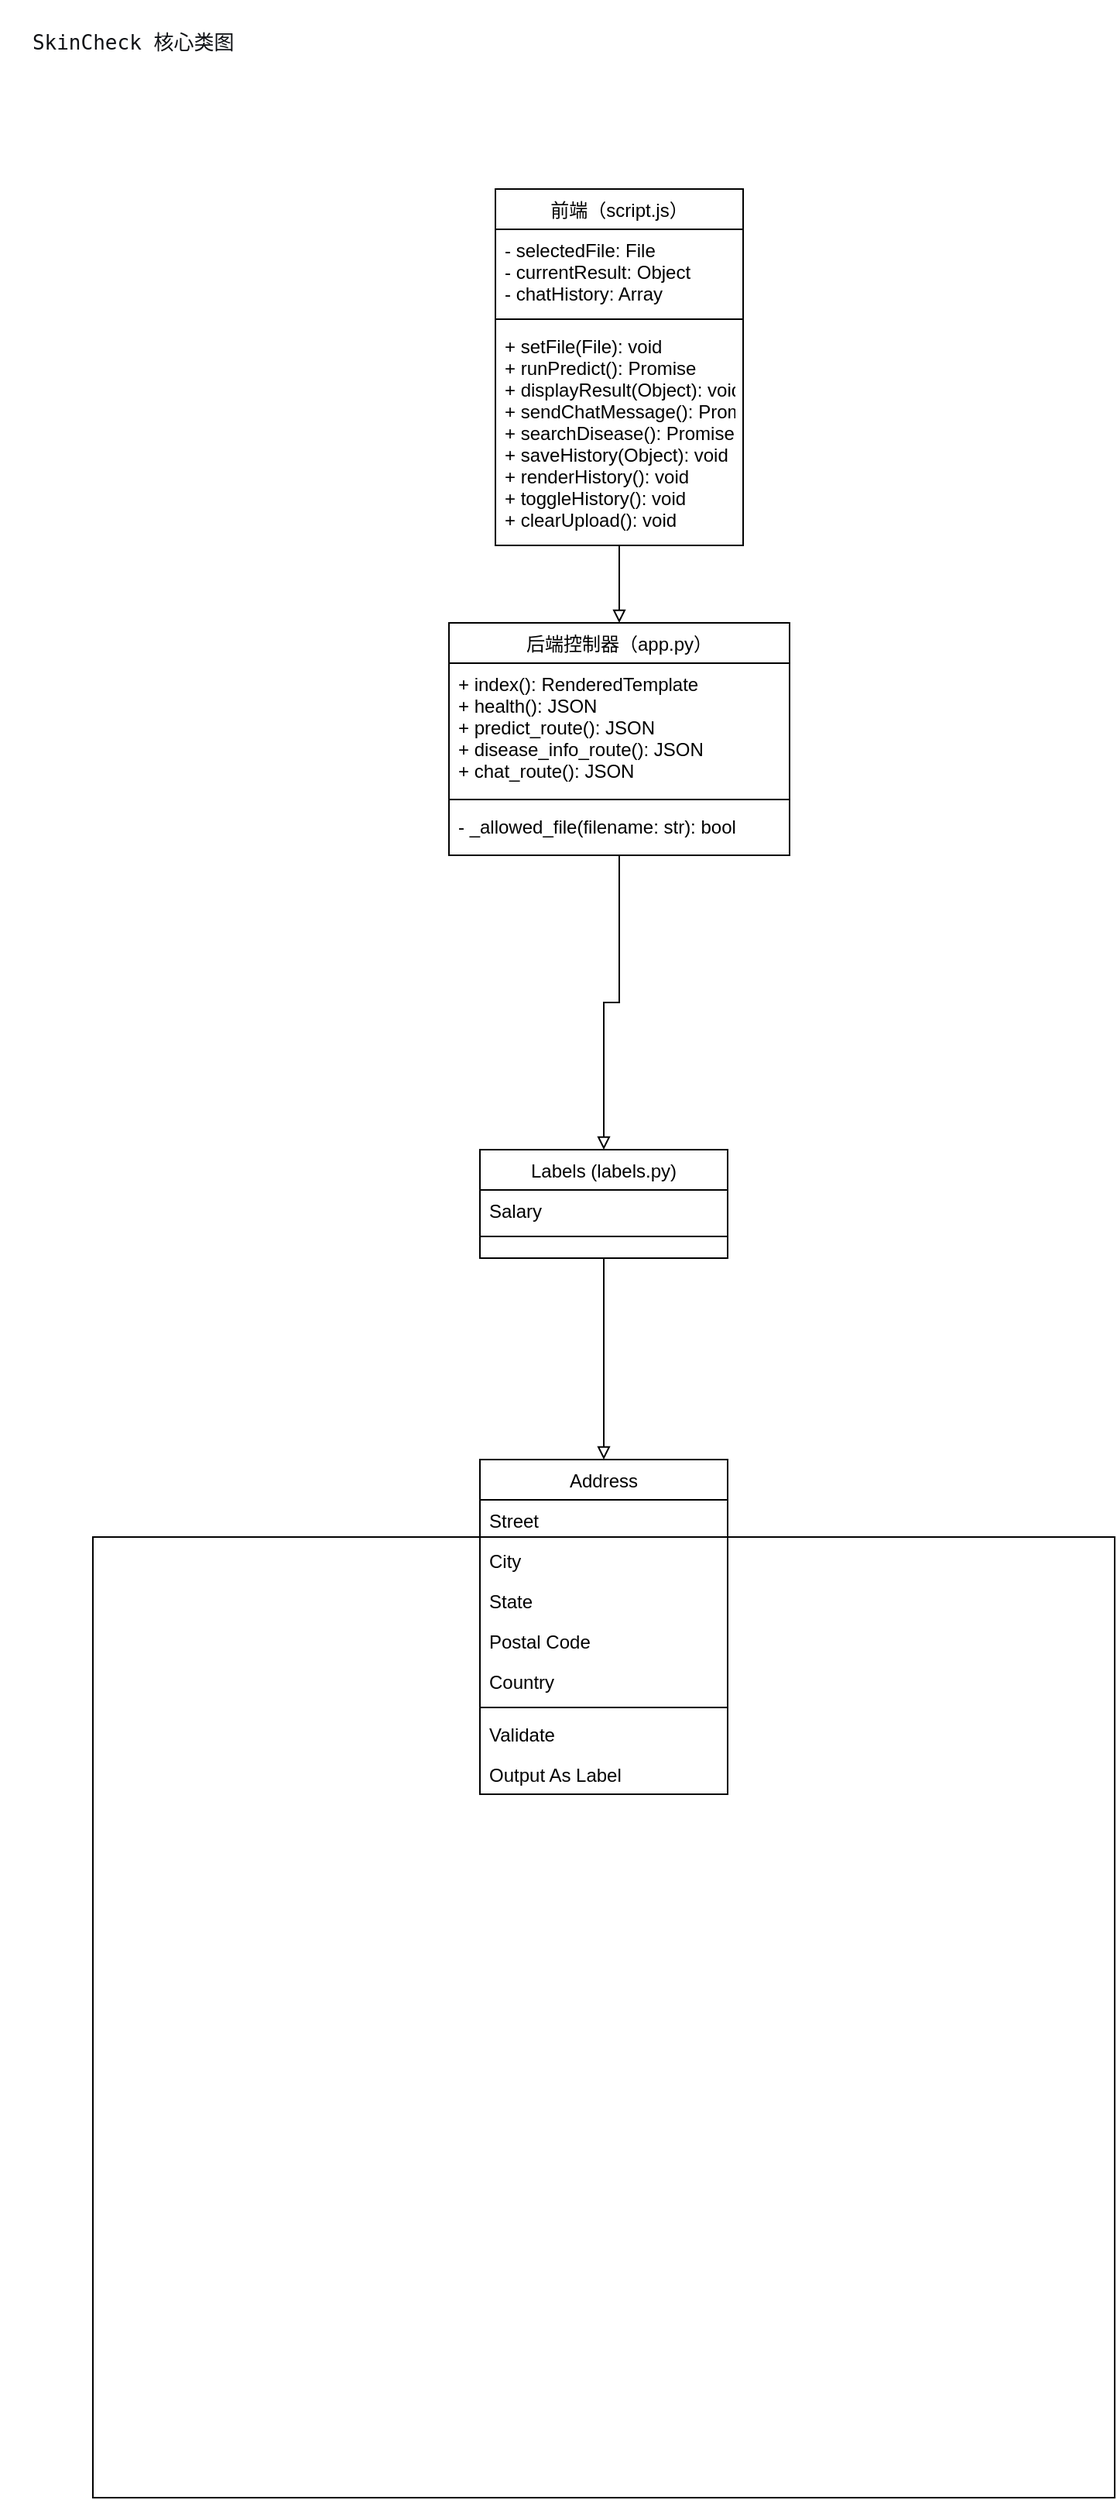
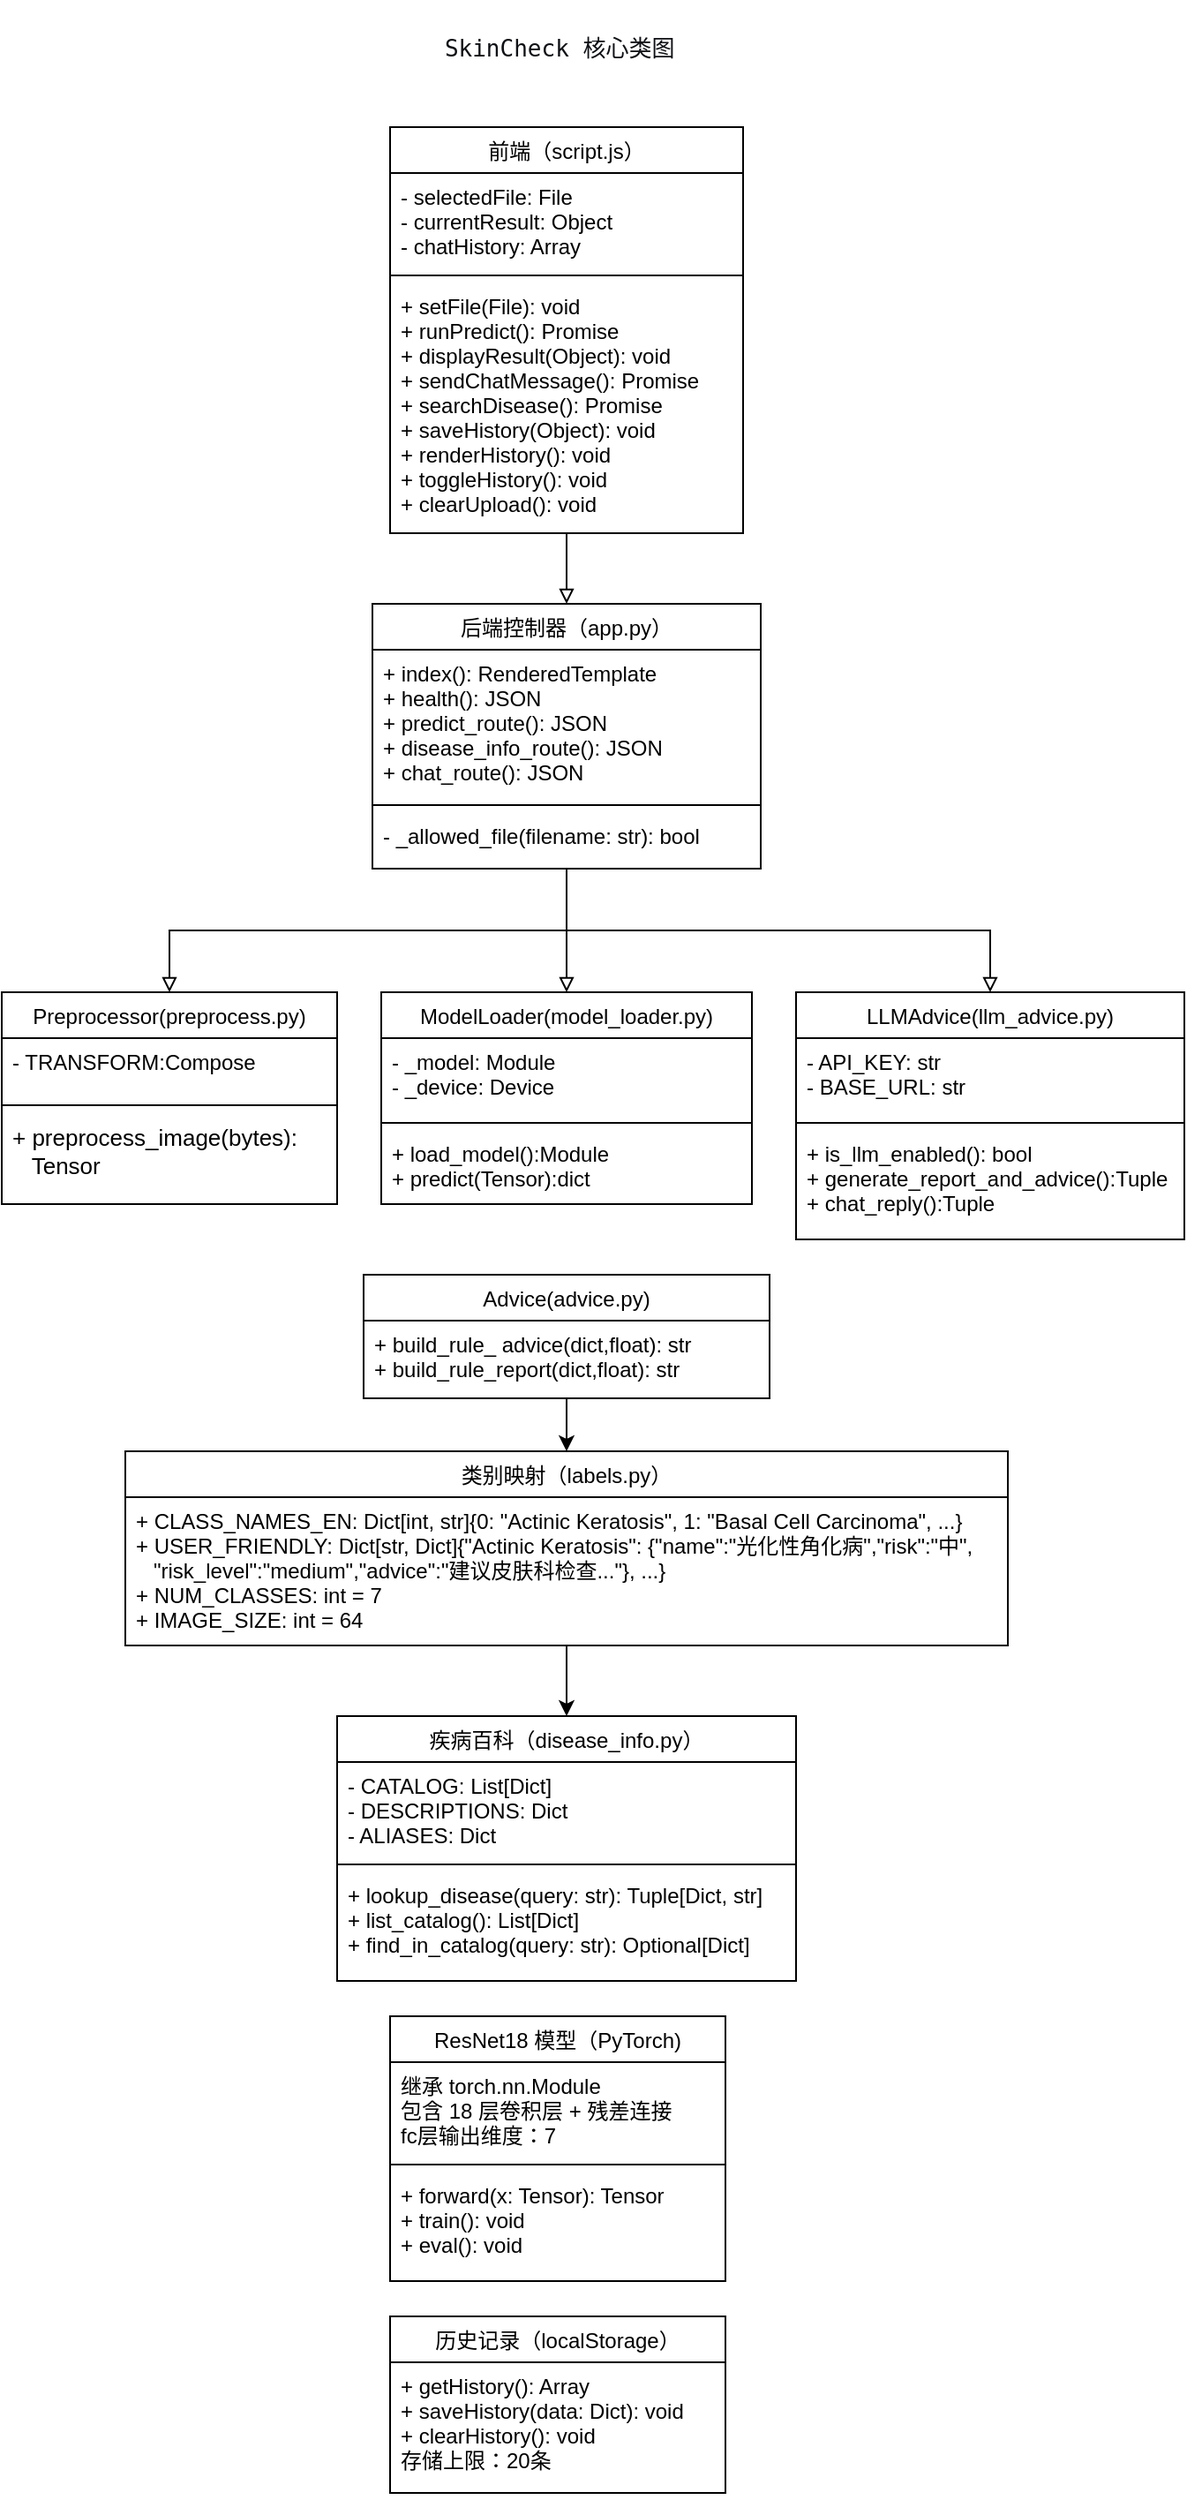
<mxfile host="app.diagrams.net">
  <diagram id="C5RBs43oDa-KdzZeNtuy" name="Page-1">
    <mxGraphModel dx="986" dy="1869" grid="1" gridSize="10" guides="1" tooltips="1" connect="1" arrows="1" fold="1" page="1" pageScale="1" pageWidth="827" pageHeight="1169" math="0" shadow="0">
      <root>
        <mxCell id="WIyWlLk6GJQsqaUBKTNV-0" />
        <mxCell id="WIyWlLk6GJQsqaUBKTNV-1" parent="WIyWlLk6GJQsqaUBKTNV-0" />
-         <mxCell id="N7wxkTFcrLl-ZfhX1T1g-0" parent="WIyWlLk6GJQsqaUBKTNV-1" style="rounded=0;whiteSpace=wrap;html=1;" value="" vertex="1">
-           <mxGeometry height="620" width="660" x="90" y="990" as="geometry" />
-         </mxCell>
        <mxCell id="zkfFHV4jXpPFQw0GAbJ--0" parent="WIyWlLk6GJQsqaUBKTNV-1" style="swimlane;fontStyle=0;align=center;verticalAlign=top;childLayout=stackLayout;horizontal=1;startSize=26;horizontalStack=0;resizeParent=1;resizeLast=0;collapsible=1;marginBottom=0;rounded=0;shadow=0;strokeWidth=1;" value="前端（script.js）" vertex="1">
-           <mxGeometry height="230" width="160" x="350" y="120" as="geometry">
+           <mxGeometry height="230" width="200" x="330" y="-1030" as="geometry">
            <mxRectangle height="26" width="160" x="230" y="140" as="alternateBounds" />
          </mxGeometry>
        </mxCell>
        <mxCell id="zkfFHV4jXpPFQw0GAbJ--1" parent="zkfFHV4jXpPFQw0GAbJ--0" style="text;align=left;verticalAlign=top;spacingLeft=4;spacingRight=4;overflow=hidden;rotatable=0;points=[[0,0.5],[1,0.5]];portConstraint=eastwest;" value=" - selectedFile: File&#xa;- currentResult: Object&#xa;- chatHistory: Array " vertex="1">
-           <mxGeometry height="54" width="160" y="26" as="geometry" />
+           <mxGeometry height="54" width="200" y="26" as="geometry" />
        </mxCell>
        <mxCell id="zkfFHV4jXpPFQw0GAbJ--4" parent="zkfFHV4jXpPFQw0GAbJ--0" style="line;html=1;strokeWidth=1;align=left;verticalAlign=middle;spacingTop=-1;spacingLeft=3;spacingRight=3;rotatable=0;labelPosition=right;points=[];portConstraint=eastwest;" value="" vertex="1">
-           <mxGeometry height="8" width="160" y="80" as="geometry" />
+           <mxGeometry height="8" width="200" y="80" as="geometry" />
        </mxCell>
        <mxCell id="zkfFHV4jXpPFQw0GAbJ--5" parent="zkfFHV4jXpPFQw0GAbJ--0" style="text;align=left;verticalAlign=top;spacingLeft=4;spacingRight=4;overflow=hidden;rotatable=0;points=[[0,0.5],[1,0.5]];portConstraint=eastwest;" value="+ setFile(File): void&#xa;+ runPredict(): Promise&#xa;+ displayResult(Object): void&#xa;+ sendChatMessage(): Promise&#xa;+ searchDisease(): Promise&#xa;+ saveHistory(Object): void &#xa;+ renderHistory(): void&#xa;+ toggleHistory(): void&#xa;+ clearUpload(): void" vertex="1">
-           <mxGeometry height="142" width="160" y="88" as="geometry" />
+           <mxGeometry height="142" width="200" y="88" as="geometry" />
        </mxCell>
-         <mxCell id="N7wxkTFcrLl-ZfhX1T1g-4" edge="1" parent="WIyWlLk6GJQsqaUBKTNV-1" source="zkfFHV4jXpPFQw0GAbJ--6" style="edgeStyle=orthogonalEdgeStyle;rounded=0;orthogonalLoop=1;jettySize=auto;html=1;entryX=0.5;entryY=0;entryDx=0;entryDy=0;endArrow=block;endFill=0;" target="zkfFHV4jXpPFQw0GAbJ--13" value="">
-           <mxGeometry relative="1" as="geometry" />
+         <mxCell id="N7wxkTFcrLl-ZfhX1T1g-4" edge="1" parent="WIyWlLk6GJQsqaUBKTNV-1" source="zkfFHV4jXpPFQw0GAbJ--6" style="edgeStyle=orthogonalEdgeStyle;rounded=0;orthogonalLoop=1;jettySize=auto;html=1;entryX=0.5;entryY=0;entryDx=0;entryDy=0;endArrow=block;endFill=0;" target="N7wxkTFcrLl-ZfhX1T1g-31" value="">
+           <mxGeometry relative="1" as="geometry">
+             <mxPoint x="420" y="-410" as="targetPoint" />
+           </mxGeometry>
        </mxCell>
        <mxCell id="zkfFHV4jXpPFQw0GAbJ--6" parent="WIyWlLk6GJQsqaUBKTNV-1" style="swimlane;fontStyle=0;align=center;verticalAlign=top;childLayout=stackLayout;horizontal=1;startSize=26;horizontalStack=0;resizeParent=1;resizeLast=0;collapsible=1;marginBottom=0;rounded=0;shadow=0;strokeWidth=1;" value="后端控制器（app.py）" vertex="1">
-           <mxGeometry height="150" width="220" x="320" y="400" as="geometry">
+           <mxGeometry height="150" width="220" x="320" y="-760" as="geometry">
            <mxRectangle height="26" width="160" x="130" y="380" as="alternateBounds" />
          </mxGeometry>
        </mxCell>
        <mxCell id="zkfFHV4jXpPFQw0GAbJ--7" parent="zkfFHV4jXpPFQw0GAbJ--6" style="text;align=left;verticalAlign=top;spacingLeft=4;spacingRight=4;overflow=hidden;rotatable=0;points=[[0,0.5],[1,0.5]];portConstraint=eastwest;" value="+ index(): RenderedTemplate &#xa;+ health(): JSON&#xa;+ predict_route(): JSON &#xa;+ disease_info_route(): JSON&#xa;+ chat_route(): JSON" vertex="1">
          <mxGeometry height="84" width="220" y="26" as="geometry" />
        </mxCell>
        <mxCell id="zkfFHV4jXpPFQw0GAbJ--9" parent="zkfFHV4jXpPFQw0GAbJ--6" style="line;html=1;strokeWidth=1;align=left;verticalAlign=middle;spacingTop=-1;spacingLeft=3;spacingRight=3;rotatable=0;labelPosition=right;points=[];portConstraint=eastwest;" value="" vertex="1">
          <mxGeometry height="8" width="220" y="110" as="geometry" />
        </mxCell>
        <mxCell id="zkfFHV4jXpPFQw0GAbJ--10" parent="zkfFHV4jXpPFQw0GAbJ--6" style="text;align=left;verticalAlign=top;spacingLeft=4;spacingRight=4;overflow=hidden;rotatable=0;points=[[0,0.5],[1,0.5]];portConstraint=eastwest;fontStyle=0" value="- _allowed_file(filename: str): bool" vertex="1">
          <mxGeometry height="32" width="220" y="118" as="geometry" />
        </mxCell>
        <mxCell id="zkfFHV4jXpPFQw0GAbJ--12" edge="1" parent="WIyWlLk6GJQsqaUBKTNV-1" source="zkfFHV4jXpPFQw0GAbJ--6" style="endArrow=none;endSize=10;endFill=0;shadow=0;strokeWidth=1;rounded=0;curved=0;edgeStyle=elbowEdgeStyle;elbow=vertical;startArrow=block;startFill=0;" target="zkfFHV4jXpPFQw0GAbJ--0" value="">
          <mxGeometry relative="1" width="160" as="geometry">
-             <mxPoint x="200" y="203" as="sourcePoint" />
-             <mxPoint x="200" y="203" as="targetPoint" />
+             <mxPoint x="200" y="-947" as="sourcePoint" />
+             <mxPoint x="200" y="-947" as="targetPoint" />
          </mxGeometry>
        </mxCell>
-         <mxCell id="N7wxkTFcrLl-ZfhX1T1g-6" edge="1" parent="WIyWlLk6GJQsqaUBKTNV-1" source="zkfFHV4jXpPFQw0GAbJ--13" style="edgeStyle=orthogonalEdgeStyle;rounded=0;orthogonalLoop=1;jettySize=auto;html=1;entryX=0.5;entryY=0;entryDx=0;entryDy=0;endArrow=block;endFill=0;" target="zkfFHV4jXpPFQw0GAbJ--17" value="">
+         <mxCell id="N7wxkTFcrLl-ZfhX1T1g-80" edge="1" parent="WIyWlLk6GJQsqaUBKTNV-1" source="zkfFHV4jXpPFQw0GAbJ--17" style="edgeStyle=orthogonalEdgeStyle;rounded=0;orthogonalLoop=1;jettySize=auto;html=1;fontFamily=Helvetica;fontSize=12;fontColor=default;labelBackgroundColor=default;entryX=0.5;entryY=0;entryDx=0;entryDy=0;" target="N7wxkTFcrLl-ZfhX1T1g-50" value="">
          <mxGeometry relative="1" as="geometry" />
        </mxCell>
-         <mxCell id="zkfFHV4jXpPFQw0GAbJ--13" parent="WIyWlLk6GJQsqaUBKTNV-1" style="swimlane;fontStyle=0;align=center;verticalAlign=top;childLayout=stackLayout;horizontal=1;startSize=26;horizontalStack=0;resizeParent=1;resizeLast=0;collapsible=1;marginBottom=0;rounded=0;shadow=0;strokeWidth=1;" value="Labels (labels.py)" vertex="1">
-           <mxGeometry height="70" width="160" x="340" y="740" as="geometry">
-             <mxRectangle height="26" width="170" x="340" y="380" as="alternateBounds" />
-           </mxGeometry>
-         </mxCell>
-         <mxCell id="zkfFHV4jXpPFQw0GAbJ--14" parent="zkfFHV4jXpPFQw0GAbJ--13" style="text;align=left;verticalAlign=top;spacingLeft=4;spacingRight=4;overflow=hidden;rotatable=0;points=[[0,0.5],[1,0.5]];portConstraint=eastwest;" value="Salary" vertex="1">
-           <mxGeometry height="26" width="160" y="26" as="geometry" />
-         </mxCell>
-         <mxCell id="zkfFHV4jXpPFQw0GAbJ--15" parent="zkfFHV4jXpPFQw0GAbJ--13" style="line;html=1;strokeWidth=1;align=left;verticalAlign=middle;spacingTop=-1;spacingLeft=3;spacingRight=3;rotatable=0;labelPosition=right;points=[];portConstraint=eastwest;" value="" vertex="1">
-           <mxGeometry height="8" width="160" y="52" as="geometry" />
-         </mxCell>
-         <mxCell id="zkfFHV4jXpPFQw0GAbJ--17" parent="WIyWlLk6GJQsqaUBKTNV-1" style="swimlane;fontStyle=0;align=center;verticalAlign=top;childLayout=stackLayout;horizontal=1;startSize=26;horizontalStack=0;resizeParent=1;resizeLast=0;collapsible=1;marginBottom=0;rounded=0;shadow=0;strokeWidth=1;" value="Address" vertex="1">
-           <mxGeometry height="216" width="160" x="340" y="940" as="geometry">
+         <mxCell id="zkfFHV4jXpPFQw0GAbJ--17" parent="WIyWlLk6GJQsqaUBKTNV-1" style="swimlane;fontStyle=0;align=center;verticalAlign=top;childLayout=stackLayout;horizontal=1;startSize=26;horizontalStack=0;resizeParent=1;resizeLast=0;collapsible=1;marginBottom=0;rounded=0;shadow=0;strokeWidth=1;" value="Advice(advice.py)" vertex="1">
+           <mxGeometry height="70" width="230" x="315" y="-380" as="geometry">
            <mxRectangle height="26" width="160" x="550" y="140" as="alternateBounds" />
          </mxGeometry>
        </mxCell>
-         <mxCell id="zkfFHV4jXpPFQw0GAbJ--18" parent="zkfFHV4jXpPFQw0GAbJ--17" style="text;align=left;verticalAlign=top;spacingLeft=4;spacingRight=4;overflow=hidden;rotatable=0;points=[[0,0.5],[1,0.5]];portConstraint=eastwest;" value="Street" vertex="1">
-           <mxGeometry height="26" width="160" y="26" as="geometry" />
-         </mxCell>
-         <mxCell id="zkfFHV4jXpPFQw0GAbJ--19" parent="zkfFHV4jXpPFQw0GAbJ--17" style="text;align=left;verticalAlign=top;spacingLeft=4;spacingRight=4;overflow=hidden;rotatable=0;points=[[0,0.5],[1,0.5]];portConstraint=eastwest;rounded=0;shadow=0;html=0;" value="City" vertex="1">
-           <mxGeometry height="26" width="160" y="52" as="geometry" />
-         </mxCell>
-         <mxCell id="zkfFHV4jXpPFQw0GAbJ--20" parent="zkfFHV4jXpPFQw0GAbJ--17" style="text;align=left;verticalAlign=top;spacingLeft=4;spacingRight=4;overflow=hidden;rotatable=0;points=[[0,0.5],[1,0.5]];portConstraint=eastwest;rounded=0;shadow=0;html=0;" value="State" vertex="1">
-           <mxGeometry height="26" width="160" y="78" as="geometry" />
-         </mxCell>
-         <mxCell id="zkfFHV4jXpPFQw0GAbJ--21" parent="zkfFHV4jXpPFQw0GAbJ--17" style="text;align=left;verticalAlign=top;spacingLeft=4;spacingRight=4;overflow=hidden;rotatable=0;points=[[0,0.5],[1,0.5]];portConstraint=eastwest;rounded=0;shadow=0;html=0;" value="Postal Code" vertex="1">
-           <mxGeometry height="26" width="160" y="104" as="geometry" />
-         </mxCell>
-         <mxCell id="zkfFHV4jXpPFQw0GAbJ--22" parent="zkfFHV4jXpPFQw0GAbJ--17" style="text;align=left;verticalAlign=top;spacingLeft=4;spacingRight=4;overflow=hidden;rotatable=0;points=[[0,0.5],[1,0.5]];portConstraint=eastwest;rounded=0;shadow=0;html=0;" value="Country" vertex="1">
-           <mxGeometry height="26" width="160" y="130" as="geometry" />
-         </mxCell>
-         <mxCell id="zkfFHV4jXpPFQw0GAbJ--23" parent="zkfFHV4jXpPFQw0GAbJ--17" style="line;html=1;strokeWidth=1;align=left;verticalAlign=middle;spacingTop=-1;spacingLeft=3;spacingRight=3;rotatable=0;labelPosition=right;points=[];portConstraint=eastwest;" value="" vertex="1">
-           <mxGeometry height="8" width="160" y="156" as="geometry" />
-         </mxCell>
-         <mxCell id="zkfFHV4jXpPFQw0GAbJ--24" parent="zkfFHV4jXpPFQw0GAbJ--17" style="text;align=left;verticalAlign=top;spacingLeft=4;spacingRight=4;overflow=hidden;rotatable=0;points=[[0,0.5],[1,0.5]];portConstraint=eastwest;" value="Validate" vertex="1">
-           <mxGeometry height="26" width="160" y="164" as="geometry" />
-         </mxCell>
-         <mxCell id="zkfFHV4jXpPFQw0GAbJ--25" parent="zkfFHV4jXpPFQw0GAbJ--17" style="text;align=left;verticalAlign=top;spacingLeft=4;spacingRight=4;overflow=hidden;rotatable=0;points=[[0,0.5],[1,0.5]];portConstraint=eastwest;" value="Output As Label" vertex="1">
-           <mxGeometry height="26" width="160" y="190" as="geometry" />
+         <mxCell id="zkfFHV4jXpPFQw0GAbJ--25" parent="zkfFHV4jXpPFQw0GAbJ--17" style="text;align=left;verticalAlign=top;spacingLeft=4;spacingRight=4;overflow=hidden;rotatable=0;points=[[0,0.5],[1,0.5]];portConstraint=eastwest;" value="+ build_rule_ advice(dict,float): str&#xa;+ build_rule_report(dict,float): str" vertex="1">
+           <mxGeometry height="44" width="230" y="26" as="geometry" />
        </mxCell>
        <mxCell id="N7wxkTFcrLl-ZfhX1T1g-1" parent="WIyWlLk6GJQsqaUBKTNV-1" style="text;html=1;whiteSpace=wrap;strokeColor=none;fillColor=none;align=center;verticalAlign=middle;rounded=0;" value="&lt;pre style=&quot;font-style: normal; font-variant: normal; font-size-adjust: none; font-language-override: normal; font-kerning: auto; font-optical-sizing: auto; font-feature-settings: normal; font-variation-settings: normal; font-stretch: normal; font-size: 13px; line-height: 22px; font-family: Menlo, Monaco, Consolas, &amp;quot;Cascadia Mono&amp;quot;, &amp;quot;Ubuntu Mono&amp;quot;, &amp;quot;DejaVu Sans Mono&amp;quot;, &amp;quot;Liberation Mono&amp;quot;, &amp;quot;JetBrains Mono&amp;quot;, &amp;quot;Fira Code&amp;quot;, Cousine, &amp;quot;Roboto Mono&amp;quot;, &amp;quot;Courier New&amp;quot;, Courier, sans-serif, system-ui; overflow: auto; white-space: pre-wrap; word-break: break-all; padding: 16px; color: rgb(15, 17, 21); text-align: start; margin: 0px !important;&quot;&gt;SkinCheck 核心类图 &lt;/pre&gt;" vertex="1">
-           <mxGeometry height="30" width="180" x="30" y="10" as="geometry" />
+           <mxGeometry height="30" width="180" x="340" y="-1090" as="geometry" />
+         </mxCell>
+         <mxCell id="N7wxkTFcrLl-ZfhX1T1g-78" edge="1" parent="WIyWlLk6GJQsqaUBKTNV-1" source="N7wxkTFcrLl-ZfhX1T1g-13" style="edgeStyle=orthogonalEdgeStyle;rounded=0;orthogonalLoop=1;jettySize=auto;html=1;fontFamily=Helvetica;fontSize=12;fontColor=default;labelBackgroundColor=default;entryX=0.5;entryY=1;entryDx=0;entryDy=0;endArrow=none;endFill=0;startArrow=block;startFill=0;exitX=0.5;exitY=0;exitDx=0;exitDy=0;" target="zkfFHV4jXpPFQw0GAbJ--6" value="">
+           <mxGeometry relative="1" as="geometry" />
+         </mxCell>
+         <mxCell id="N7wxkTFcrLl-ZfhX1T1g-13" parent="WIyWlLk6GJQsqaUBKTNV-1" style="swimlane;fontStyle=0;align=center;verticalAlign=top;childLayout=stackLayout;horizontal=1;startSize=26;horizontalStack=0;resizeParent=1;resizeLast=0;collapsible=1;marginBottom=0;rounded=0;shadow=0;strokeWidth=1;" value=" LLMAdvice(llm_advice.py)" vertex="1">
+           <mxGeometry height="140" width="220" x="560" y="-540" as="geometry">
+             <mxRectangle height="26" width="160" x="550" y="140" as="alternateBounds" />
+           </mxGeometry>
+         </mxCell>
+         <mxCell id="N7wxkTFcrLl-ZfhX1T1g-14" parent="N7wxkTFcrLl-ZfhX1T1g-13" style="text;align=left;verticalAlign=top;spacingLeft=4;spacingRight=4;overflow=hidden;rotatable=0;points=[[0,0.5],[1,0.5]];portConstraint=eastwest;" value="- API_KEY: str&#xa;- BASE_URL: str" vertex="1">
+           <mxGeometry height="44" width="220" y="26" as="geometry" />
+         </mxCell>
+         <mxCell id="N7wxkTFcrLl-ZfhX1T1g-19" parent="N7wxkTFcrLl-ZfhX1T1g-13" style="line;html=1;strokeWidth=1;align=left;verticalAlign=middle;spacingTop=-1;spacingLeft=3;spacingRight=3;rotatable=0;labelPosition=right;points=[];portConstraint=eastwest;" value="" vertex="1">
+           <mxGeometry height="8" width="220" y="70" as="geometry" />
+         </mxCell>
+         <mxCell id="N7wxkTFcrLl-ZfhX1T1g-20" parent="N7wxkTFcrLl-ZfhX1T1g-13" style="text;align=left;verticalAlign=top;spacingLeft=4;spacingRight=4;overflow=hidden;rotatable=0;points=[[0,0.5],[1,0.5]];portConstraint=eastwest;" value="+ is_llm_enabled(): bool&#xa;+ generate_report_and_advice():Tuple&#xa;+ chat_reply():Tuple" vertex="1">
+           <mxGeometry height="62" width="220" y="78" as="geometry" />
+         </mxCell>
+         <mxCell id="N7wxkTFcrLl-ZfhX1T1g-77" edge="1" parent="WIyWlLk6GJQsqaUBKTNV-1" source="N7wxkTFcrLl-ZfhX1T1g-22" style="edgeStyle=orthogonalEdgeStyle;rounded=0;orthogonalLoop=1;jettySize=auto;html=1;fontFamily=Helvetica;fontSize=12;fontColor=default;labelBackgroundColor=default;entryX=0.5;entryY=1;entryDx=0;entryDy=0;endArrow=none;endFill=0;startArrow=block;startFill=0;exitX=0.5;exitY=0;exitDx=0;exitDy=0;" target="zkfFHV4jXpPFQw0GAbJ--6" value="">
+           <mxGeometry relative="1" as="geometry" />
+         </mxCell>
+         <mxCell id="N7wxkTFcrLl-ZfhX1T1g-22" parent="WIyWlLk6GJQsqaUBKTNV-1" style="swimlane;fontStyle=0;align=center;verticalAlign=top;childLayout=stackLayout;horizontal=1;startSize=26;horizontalStack=0;resizeParent=1;resizeLast=0;collapsible=1;marginBottom=0;rounded=0;shadow=0;strokeWidth=1;" value="Preprocessor(preprocess.py)" vertex="1">
+           <mxGeometry height="120" width="190" x="110" y="-540" as="geometry">
+             <mxRectangle height="26" width="160" x="550" y="140" as="alternateBounds" />
+           </mxGeometry>
+         </mxCell>
+         <mxCell id="N7wxkTFcrLl-ZfhX1T1g-23" parent="N7wxkTFcrLl-ZfhX1T1g-22" style="text;align=left;verticalAlign=top;spacingLeft=4;spacingRight=4;overflow=hidden;rotatable=0;points=[[0,0.5],[1,0.5]];portConstraint=eastwest;" value="- TRANSFORM:Compose" vertex="1">
+           <mxGeometry height="34" width="190" y="26" as="geometry" />
+         </mxCell>
+         <mxCell id="N7wxkTFcrLl-ZfhX1T1g-28" parent="N7wxkTFcrLl-ZfhX1T1g-22" style="line;html=1;strokeWidth=1;align=left;verticalAlign=middle;spacingTop=-1;spacingLeft=3;spacingRight=3;rotatable=0;labelPosition=right;points=[];portConstraint=eastwest;" value="" vertex="1">
+           <mxGeometry height="8" width="190" y="60" as="geometry" />
+         </mxCell>
+         <mxCell id="N7wxkTFcrLl-ZfhX1T1g-29" parent="N7wxkTFcrLl-ZfhX1T1g-22" style="text;align=left;verticalAlign=top;spacingLeft=4;spacingRight=4;overflow=hidden;rotatable=0;points=[[0,0.5],[1,0.5]];portConstraint=eastwest;fontSize=13;" value="+ preprocess_image(bytes):&#xa;   Tensor" vertex="1">
+           <mxGeometry height="52" width="190" y="68" as="geometry" />
+         </mxCell>
+         <mxCell id="N7wxkTFcrLl-ZfhX1T1g-31" parent="WIyWlLk6GJQsqaUBKTNV-1" style="swimlane;fontStyle=0;align=center;verticalAlign=top;childLayout=stackLayout;horizontal=1;startSize=26;horizontalStack=0;resizeParent=1;resizeLast=0;collapsible=1;marginBottom=0;rounded=0;shadow=0;strokeWidth=1;" value="ModelLoader(model_loader.py)" vertex="1">
+           <mxGeometry height="120" width="210" x="325" y="-540" as="geometry">
+             <mxRectangle height="26" width="160" x="550" y="140" as="alternateBounds" />
+           </mxGeometry>
+         </mxCell>
+         <mxCell id="N7wxkTFcrLl-ZfhX1T1g-32" parent="N7wxkTFcrLl-ZfhX1T1g-31" style="text;align=left;verticalAlign=top;spacingLeft=4;spacingRight=4;overflow=hidden;rotatable=0;points=[[0,0.5],[1,0.5]];portConstraint=eastwest;" value="- _model: Module&#xa;- _device: Device" vertex="1">
+           <mxGeometry height="44" width="210" y="26" as="geometry" />
+         </mxCell>
+         <mxCell id="N7wxkTFcrLl-ZfhX1T1g-37" parent="N7wxkTFcrLl-ZfhX1T1g-31" style="line;html=1;strokeWidth=1;align=left;verticalAlign=middle;spacingTop=-1;spacingLeft=3;spacingRight=3;rotatable=0;labelPosition=right;points=[];portConstraint=eastwest;" value="" vertex="1">
+           <mxGeometry height="8" width="210" y="70" as="geometry" />
+         </mxCell>
+         <mxCell id="N7wxkTFcrLl-ZfhX1T1g-38" parent="N7wxkTFcrLl-ZfhX1T1g-31" style="text;align=left;verticalAlign=top;spacingLeft=4;spacingRight=4;overflow=hidden;rotatable=0;points=[[0,0.5],[1,0.5]];portConstraint=eastwest;" value="+ load_model():Module&#xa;+ predict(Tensor):dict" vertex="1">
+           <mxGeometry height="42" width="210" y="78" as="geometry" />
+         </mxCell>
+         <mxCell id="N7wxkTFcrLl-ZfhX1T1g-41" parent="WIyWlLk6GJQsqaUBKTNV-1" style="swimlane;fontStyle=0;align=center;verticalAlign=top;childLayout=stackLayout;horizontal=1;startSize=26;horizontalStack=0;resizeParent=1;resizeLast=0;collapsible=1;marginBottom=0;rounded=0;shadow=0;strokeWidth=1;" value="疾病百科（disease_info.py）" vertex="1">
+           <mxGeometry height="150" width="260" x="300" y="-130" as="geometry">
+             <mxRectangle height="26" width="160" x="550" y="140" as="alternateBounds" />
+           </mxGeometry>
+         </mxCell>
+         <mxCell id="N7wxkTFcrLl-ZfhX1T1g-42" parent="N7wxkTFcrLl-ZfhX1T1g-41" style="text;align=left;verticalAlign=top;spacingLeft=4;spacingRight=4;overflow=hidden;rotatable=0;points=[[0,0.5],[1,0.5]];portConstraint=eastwest;" value="- CATALOG: List[Dict]&#xa;- DESCRIPTIONS: Dict&#xa;- ALIASES: Dict" vertex="1">
+           <mxGeometry height="54" width="260" y="26" as="geometry" />
+         </mxCell>
+         <mxCell id="N7wxkTFcrLl-ZfhX1T1g-47" parent="N7wxkTFcrLl-ZfhX1T1g-41" style="line;html=1;strokeWidth=1;align=left;verticalAlign=middle;spacingTop=-1;spacingLeft=3;spacingRight=3;rotatable=0;labelPosition=right;points=[];portConstraint=eastwest;" value="" vertex="1">
+           <mxGeometry height="8" width="260" y="80" as="geometry" />
+         </mxCell>
+         <mxCell id="N7wxkTFcrLl-ZfhX1T1g-48" parent="N7wxkTFcrLl-ZfhX1T1g-41" style="text;align=left;verticalAlign=top;spacingLeft=4;spacingRight=4;overflow=hidden;rotatable=0;points=[[0,0.5],[1,0.5]];portConstraint=eastwest;" value="+ lookup_disease(query: str): Tuple[Dict, str]&#xa;+ list_catalog(): List[Dict]&#xa;+ find_in_catalog(query: str): Optional[Dict]" vertex="1">
+           <mxGeometry height="62" width="260" y="88" as="geometry" />
+         </mxCell>
+         <mxCell id="N7wxkTFcrLl-ZfhX1T1g-82" edge="1" parent="WIyWlLk6GJQsqaUBKTNV-1" source="N7wxkTFcrLl-ZfhX1T1g-50" style="edgeStyle=orthogonalEdgeStyle;rounded=0;orthogonalLoop=1;jettySize=auto;html=1;fontFamily=Helvetica;fontSize=12;fontColor=default;labelBackgroundColor=default;entryX=0.5;entryY=0;entryDx=0;entryDy=0;" target="N7wxkTFcrLl-ZfhX1T1g-41" value="">
+           <mxGeometry relative="1" as="geometry">
+             <mxPoint x="430" y="144" as="targetPoint" />
+           </mxGeometry>
+         </mxCell>
+         <mxCell id="N7wxkTFcrLl-ZfhX1T1g-50" parent="WIyWlLk6GJQsqaUBKTNV-1" style="swimlane;fontStyle=0;align=center;verticalAlign=top;childLayout=stackLayout;horizontal=1;startSize=26;horizontalStack=0;resizeParent=1;resizeLast=0;collapsible=1;marginBottom=0;rounded=0;shadow=0;strokeWidth=1;" value="类别映射（labels.py）" vertex="1">
+           <mxGeometry height="110" width="500" x="180" y="-280" as="geometry">
+             <mxRectangle height="26" width="160" x="550" y="140" as="alternateBounds" />
+           </mxGeometry>
+         </mxCell>
+         <mxCell id="N7wxkTFcrLl-ZfhX1T1g-51" parent="N7wxkTFcrLl-ZfhX1T1g-50" style="text;align=left;verticalAlign=top;spacingLeft=4;spacingRight=4;overflow=hidden;rotatable=0;points=[[0,0.5],[1,0.5]];portConstraint=eastwest;" value="+ CLASS_NAMES_EN: Dict[int, str]{0: &quot;Actinic Keratosis&quot;, 1: &quot;Basal Cell Carcinoma&quot;, ...}&#xa;+ USER_FRIENDLY: Dict[str, Dict]{&quot;Actinic Keratosis&quot;: {&quot;name&quot;:&quot;光化性角化病&quot;,&quot;risk&quot;:&quot;中&quot;,&#xa;   &quot;risk_level&quot;:&quot;medium&quot;,&quot;advice&quot;:&quot;建议皮肤科检查...&quot;}, ...}&#xa;+ NUM_CLASSES: int = 7&#xa;+ IMAGE_SIZE: int = 64" vertex="1">
+           <mxGeometry height="84" width="500" y="26" as="geometry" />
+         </mxCell>
+         <mxCell id="N7wxkTFcrLl-ZfhX1T1g-59" parent="WIyWlLk6GJQsqaUBKTNV-1" style="swimlane;fontStyle=0;align=center;verticalAlign=top;childLayout=stackLayout;horizontal=1;startSize=26;horizontalStack=0;resizeParent=1;resizeLast=0;collapsible=1;marginBottom=0;rounded=0;shadow=0;strokeWidth=1;" value="ResNet18 模型（PyTorch)" vertex="1">
+           <mxGeometry height="150" width="190" x="330" y="40" as="geometry">
+             <mxRectangle height="26" width="160" x="550" y="140" as="alternateBounds" />
+           </mxGeometry>
+         </mxCell>
+         <mxCell id="N7wxkTFcrLl-ZfhX1T1g-60" parent="N7wxkTFcrLl-ZfhX1T1g-59" style="text;align=left;verticalAlign=top;spacingLeft=4;spacingRight=4;overflow=hidden;rotatable=0;points=[[0,0.5],[1,0.5]];portConstraint=eastwest;" value="继承 torch.nn.Module&#xa;包含 18 层卷积层 + 残差连接&#xa;fc层输出维度：7" vertex="1">
+           <mxGeometry height="54" width="190" y="26" as="geometry" />
+         </mxCell>
+         <mxCell id="N7wxkTFcrLl-ZfhX1T1g-65" parent="N7wxkTFcrLl-ZfhX1T1g-59" style="line;html=1;strokeWidth=1;align=left;verticalAlign=middle;spacingTop=-1;spacingLeft=3;spacingRight=3;rotatable=0;labelPosition=right;points=[];portConstraint=eastwest;" value="" vertex="1">
+           <mxGeometry height="8" width="190" y="80" as="geometry" />
+         </mxCell>
+         <mxCell id="N7wxkTFcrLl-ZfhX1T1g-66" parent="N7wxkTFcrLl-ZfhX1T1g-59" style="text;align=left;verticalAlign=top;spacingLeft=4;spacingRight=4;overflow=hidden;rotatable=0;points=[[0,0.5],[1,0.5]];portConstraint=eastwest;" value="+ forward(x: Tensor): Tensor&#xa;+ train(): void &#xa;+ eval(): void" vertex="1">
+           <mxGeometry height="52" width="190" y="88" as="geometry" />
+         </mxCell>
+         <mxCell id="N7wxkTFcrLl-ZfhX1T1g-68" parent="WIyWlLk6GJQsqaUBKTNV-1" style="swimlane;fontStyle=0;align=center;verticalAlign=top;childLayout=stackLayout;horizontal=1;startSize=26;horizontalStack=0;resizeParent=1;resizeLast=0;collapsible=1;marginBottom=0;rounded=0;shadow=0;strokeWidth=1;" value="历史记录（localStorage）" vertex="1">
+           <mxGeometry height="100" width="190" x="330" y="210" as="geometry">
+             <mxRectangle height="26" width="160" x="550" y="140" as="alternateBounds" />
+           </mxGeometry>
+         </mxCell>
+         <mxCell id="N7wxkTFcrLl-ZfhX1T1g-69" parent="N7wxkTFcrLl-ZfhX1T1g-68" style="text;align=left;verticalAlign=top;spacingLeft=4;spacingRight=4;overflow=hidden;rotatable=0;points=[[0,0.5],[1,0.5]];portConstraint=eastwest;" value="+ getHistory(): Array&#xa;+ saveHistory(data: Dict): void&#xa;+ clearHistory(): void &#xa;存储上限：20条" vertex="1">
+           <mxGeometry height="74" width="190" y="26" as="geometry" />
        </mxCell>
      </root>
    </mxGraphModel>
  </diagram>
</mxfile>
